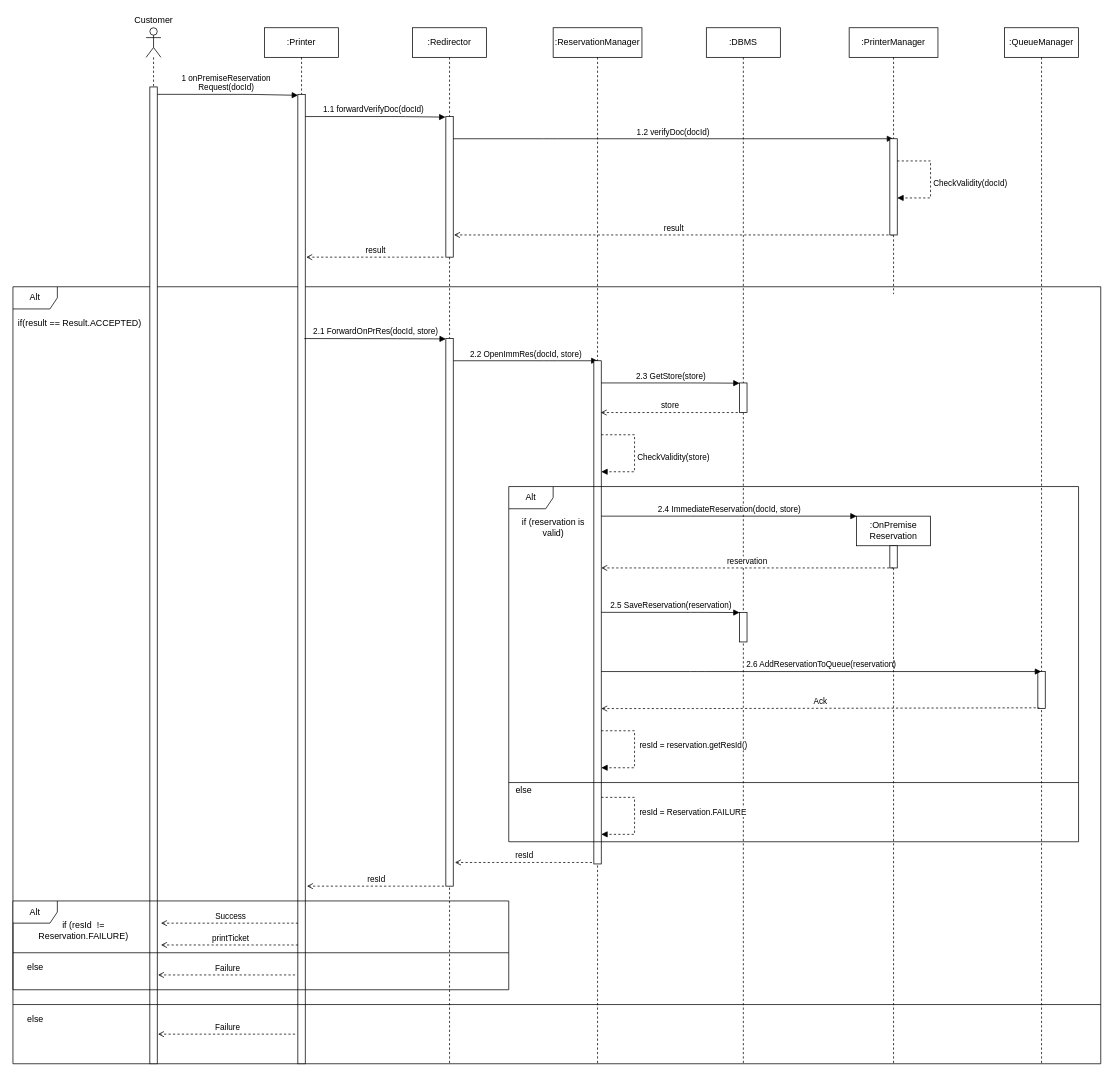
This is DD/Images/RuntimeViewPreRes.drawio from StefanoAzzone/AbelliAzzone, a draw.io file, before an edit. Source tidied: cells renumbered, new cells numbered last; positions are measured from the earlier drawing's top-left corner, leaving out a move shared by most shapes. Both pictures are drawn from the tidied source at 74%, with x=0, y=0 at pixel (13, 13).
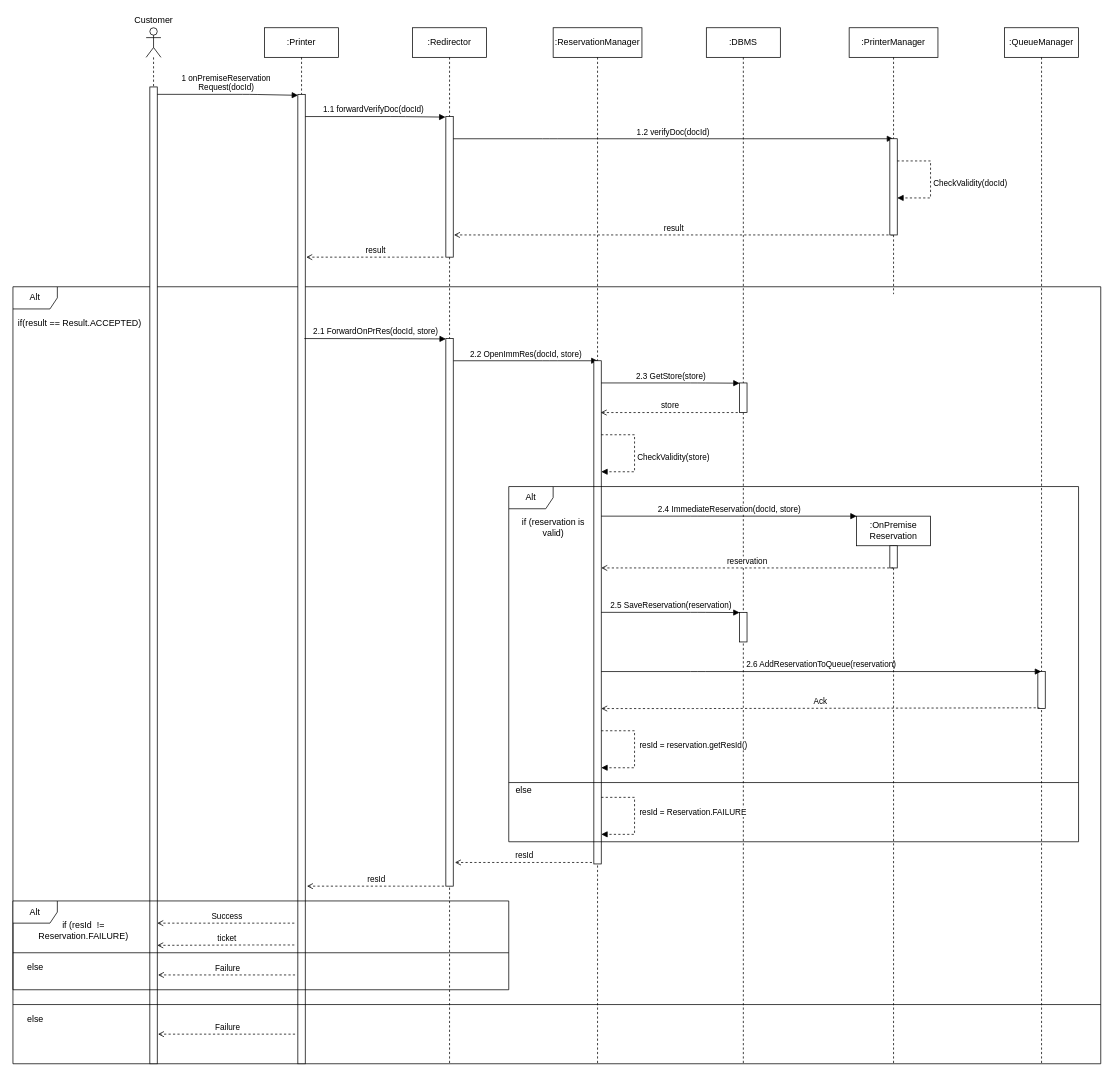
Above is the later version.

Diff of the diagram source:
```diff
@@
     <mxCell id="44" value="Success" style="html=1;verticalAlign=bottom;endArrow=none;endFill=0;startArrow=open;startFill=0;entryX=0.016;entryY=0.412;entryDx=0;entryDy=0;entryPerimeter=0;dashed=1;" parent="1" edge="1">
       <mxGeometry relative="1" as="geometry">
-        <mxPoint x="200" y="1230" as="sourcePoint" />
-        <mxPoint x="387.7" y="1230" as="targetPoint" />
+        <mxPoint x="195" y="1230" as="sourcePoint" />
+        <mxPoint x="382.7" y="1230" as="targetPoint" />
         <Array as="points">
-          <mxPoint x="326" y="1230" />
+          <mxPoint x="321" y="1230" />
         </Array>
       </mxGeometry>
     </mxCell>
@@
-    <mxCell id="51" value="printTicket" style="html=1;verticalAlign=bottom;endArrow=none;endFill=0;startArrow=open;startFill=0;entryX=0.016;entryY=0.412;entryDx=0;entryDy=0;entryPerimeter=0;dashed=1;" parent="1" edge="1">
+    <mxCell id="51" value="ticket" style="html=1;verticalAlign=bottom;endArrow=none;endFill=0;startArrow=open;startFill=0;entryX=0.016;entryY=0.412;entryDx=0;entryDy=0;entryPerimeter=0;dashed=1;" parent="1" edge="1">
       <mxGeometry relative="1" as="geometry">
-        <mxPoint x="200" y="1259.5" as="sourcePoint" />
-        <mxPoint x="387.7" y="1259.5" as="targetPoint" />
+        <mxPoint x="195" y="1260" as="sourcePoint" />
+        <mxPoint x="382.7" y="1259.5" as="targetPoint" />
         <Array as="points">
-          <mxPoint x="326" y="1259.5" />
+          <mxPoint x="321" y="1259.5" />
         </Array>
       </mxGeometry>
     </mxCell>
```
